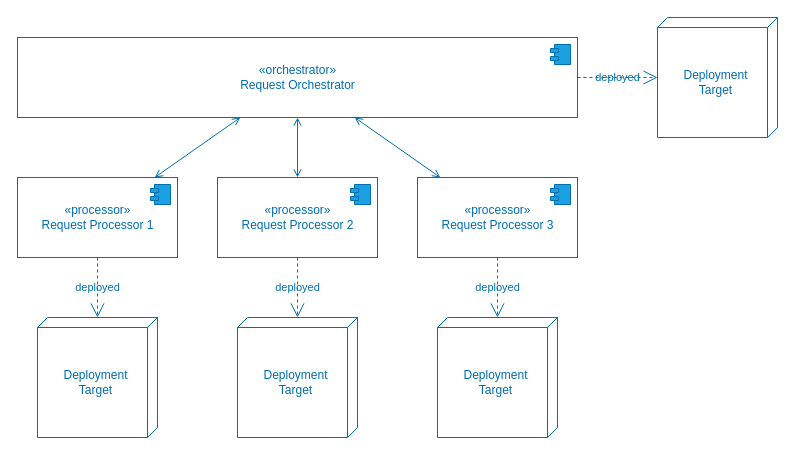
Before: diagrams/Architecture_Event_Driven.drawio in ucudal/ANDIS_Conceptos, a draw.io diagram. Source tidied: cells renumbered, new cells numbered last; positions are measured from the earlier drawing's top-left corner, leaving out a move shared by most shapes. Both pictures are drawn from the tidied source at 100%, with x=0, y=0 at pixel (17, 17).
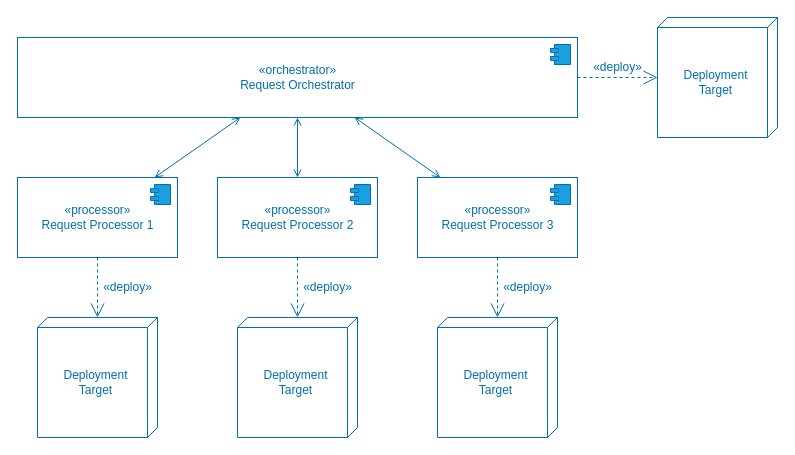
The same page after the edit.

Unchanged cells that the change refers to:
```xml
<mxCell id="3" value="«orchestrator»&lt;br&gt;&lt;span&gt;Request Orchestrator&lt;/span&gt;" style="html=1;fillColor=none;fontColor=#006EAF;strokeColor=#006EAF;fontStyle=0;" parent="1" vertex="1">
  <mxGeometry y="20" width="560" height="80" as="geometry" />
</mxCell>
<mxCell id="5" value="Deployment&lt;br&gt;Target" style="verticalAlign=middle;align=center;shape=cube;size=10;direction=south;fontStyle=0;html=1;boundedLbl=1;spacingLeft=5;fontColor=#006EAF;fillColor=none;strokeColor=#006EAF;" parent="1" vertex="1">
  <mxGeometry x="640" width="120" height="120" as="geometry" />
</mxCell>
<mxCell id="6" value="«processor»&lt;br&gt;&lt;span&gt;Request Processor 1&lt;/span&gt;" style="html=1;fillColor=none;fontColor=#006EAF;strokeColor=#006EAF;fontStyle=0;" parent="1" vertex="1">
  <mxGeometry y="160" width="160" height="80" as="geometry" />
</mxCell>
<mxCell id="10" value="«processor»&lt;br&gt;&lt;span&gt;Request Processor 2&lt;/span&gt;" style="html=1;fillColor=none;fontColor=#006EAF;strokeColor=#006EAF;fontStyle=0;" parent="1" vertex="1">
  <mxGeometry x="200" y="160" width="160" height="80" as="geometry" />
</mxCell>
<mxCell id="12" value="«processor»&lt;br&gt;&lt;span&gt;Request Processor 3&lt;/span&gt;" style="html=1;fillColor=none;fontColor=#006EAF;strokeColor=#006EAF;fontStyle=0;" parent="1" vertex="1">
  <mxGeometry x="400" y="160" width="160" height="80" as="geometry" />
</mxCell>
<mxCell id="14" value="Deployment&lt;br&gt;Target" style="verticalAlign=middle;align=center;shape=cube;size=10;direction=south;fontStyle=0;html=1;boundedLbl=1;spacingLeft=5;fontColor=#006EAF;fillColor=none;strokeColor=#006EAF;" parent="1" vertex="1">
  <mxGeometry x="20" y="300" width="120" height="120" as="geometry" />
</mxCell>
<mxCell id="15" value="Deployment&lt;br&gt;Target" style="verticalAlign=middle;align=center;shape=cube;size=10;direction=south;fontStyle=0;html=1;boundedLbl=1;spacingLeft=5;fontColor=#006EAF;fillColor=none;strokeColor=#006EAF;" parent="1" vertex="1">
  <mxGeometry x="220" y="300" width="120" height="120" as="geometry" />
</mxCell>
<mxCell id="17" value="Deployment&lt;br&gt;Target" style="verticalAlign=middle;align=center;shape=cube;size=10;direction=south;fontStyle=0;html=1;boundedLbl=1;spacingLeft=5;fontColor=#006EAF;fillColor=none;strokeColor=#006EAF;" parent="1" vertex="1">
  <mxGeometry x="420" y="300" width="120" height="120" as="geometry" />
</mxCell>
```

Change to the diagram source:
```diff
@@
-    <mxCell id="8" value="deployed" style="endArrow=open;endSize=12;dashed=1;html=1;fillColor=#1ba1e2;strokeColor=#006EAF;fontColor=#006EAF;labelBackgroundColor=none;" parent="1" edge="1" source="3" target="5">
-      <mxGeometry relative="1" as="geometry" />
+    <mxCell id="8" value="&lt;span style=&quot;font-size: 12px;&quot;&gt;«deploy»&lt;/span&gt;" style="endArrow=open;endSize=12;dashed=1;html=1;fillColor=#1ba1e2;strokeColor=#006EAF;fontColor=#006EAF;labelBackgroundColor=none;" parent="1" edge="1" source="3" target="5">
+      <mxGeometry y="10" relative="1" as="geometry" />
     </mxCell>
-    <mxCell id="9" value="deployed" style="endArrow=open;endSize=12;dashed=1;html=1;fillColor=#1ba1e2;strokeColor=#006EAF;fontColor=#006EAF;labelBackgroundColor=none;" parent="1" edge="1" source="6" target="14">
-      <mxGeometry relative="1" as="geometry" />
+    <mxCell id="9" value="&lt;span style=&quot;font-size: 12px;&quot;&gt;«deploy»&lt;/span&gt;" style="endArrow=open;endSize=12;dashed=1;html=1;fillColor=#1ba1e2;strokeColor=#006EAF;fontColor=#006EAF;labelBackgroundColor=none;" parent="1" edge="1" source="6" target="14">
+      <mxGeometry y="30" relative="1" as="geometry" />
     </mxCell>
@@
-    <mxCell id="16" value="deployed" style="endArrow=open;endSize=12;dashed=1;html=1;fillColor=#1ba1e2;strokeColor=#006EAF;fontColor=#006EAF;labelBackgroundColor=none;" parent="1" edge="1" source="10" target="15">
-      <mxGeometry relative="1" as="geometry" />
+    <mxCell id="16" value="&lt;span style=&quot;font-size: 12px;&quot;&gt;«deploy»&lt;/span&gt;" style="endArrow=open;endSize=12;dashed=1;html=1;fillColor=#1ba1e2;strokeColor=#006EAF;fontColor=#006EAF;labelBackgroundColor=none;" parent="1" edge="1" source="10" target="15">
+      <mxGeometry y="30" relative="1" as="geometry" />
     </mxCell>
@@
-    <mxCell id="18" value="deployed" style="endArrow=open;endSize=12;dashed=1;html=1;fillColor=#1ba1e2;strokeColor=#006EAF;fontColor=#006EAF;labelBackgroundColor=none;" parent="1" edge="1" source="12" target="17">
-      <mxGeometry relative="1" as="geometry" />
+    <mxCell id="18" value="&lt;span style=&quot;font-size: 12px;&quot;&gt;«deploy»&lt;/span&gt;" style="endArrow=open;endSize=12;dashed=1;html=1;fillColor=#1ba1e2;strokeColor=#006EAF;fontColor=#006EAF;labelBackgroundColor=none;" parent="1" edge="1" source="12" target="17">
+      <mxGeometry y="30" relative="1" as="geometry" />
     </mxCell>
```
